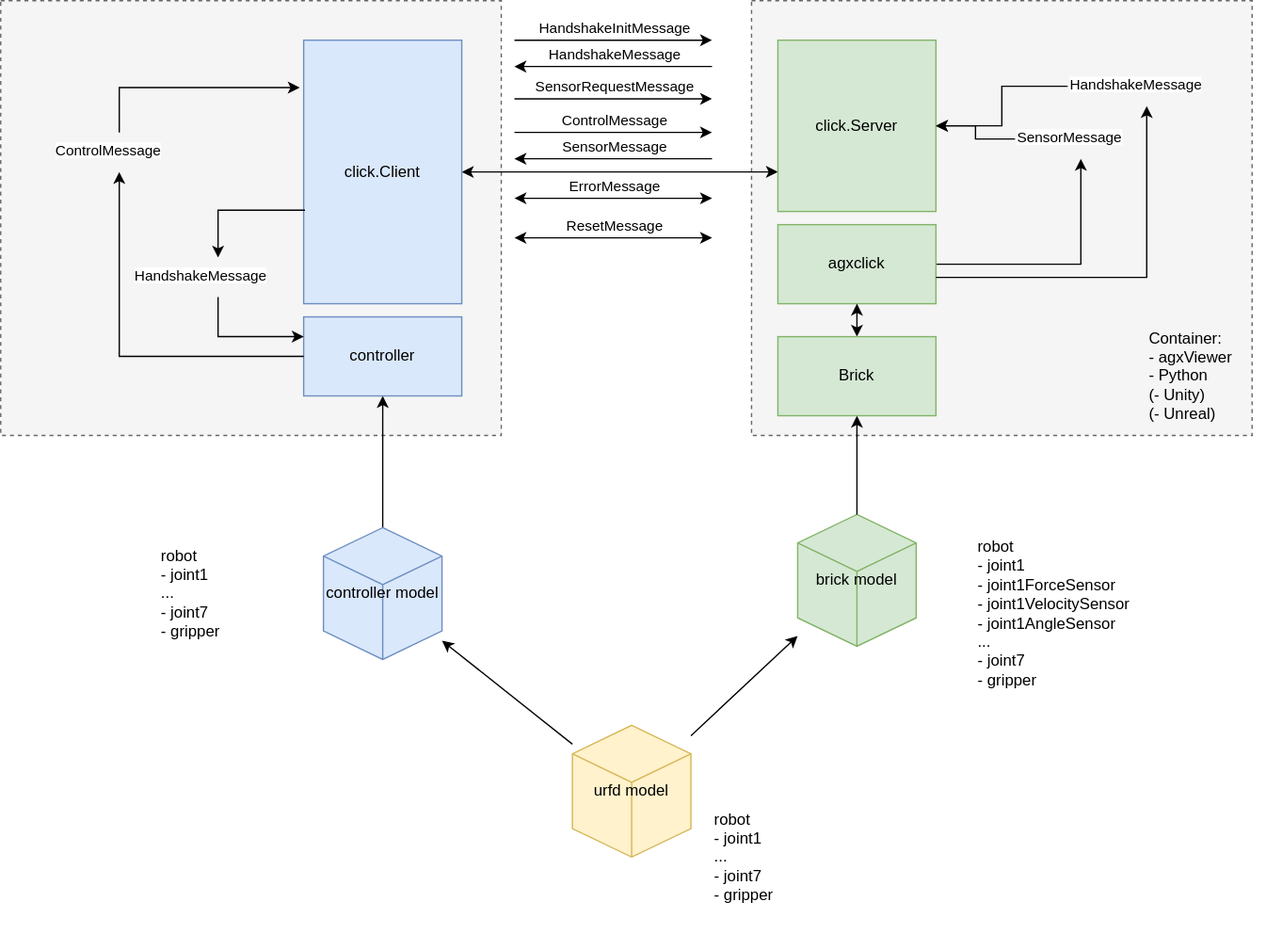
Algoryx/click-mirror keeps this draw.io diagram as doc/messaging.drawio.svg. Above is the earlier version. Source tidied: cells renumbered, new cells last; positions are measured from the earlier drawing's top-left corner, leaving out a move shared by most shapes.
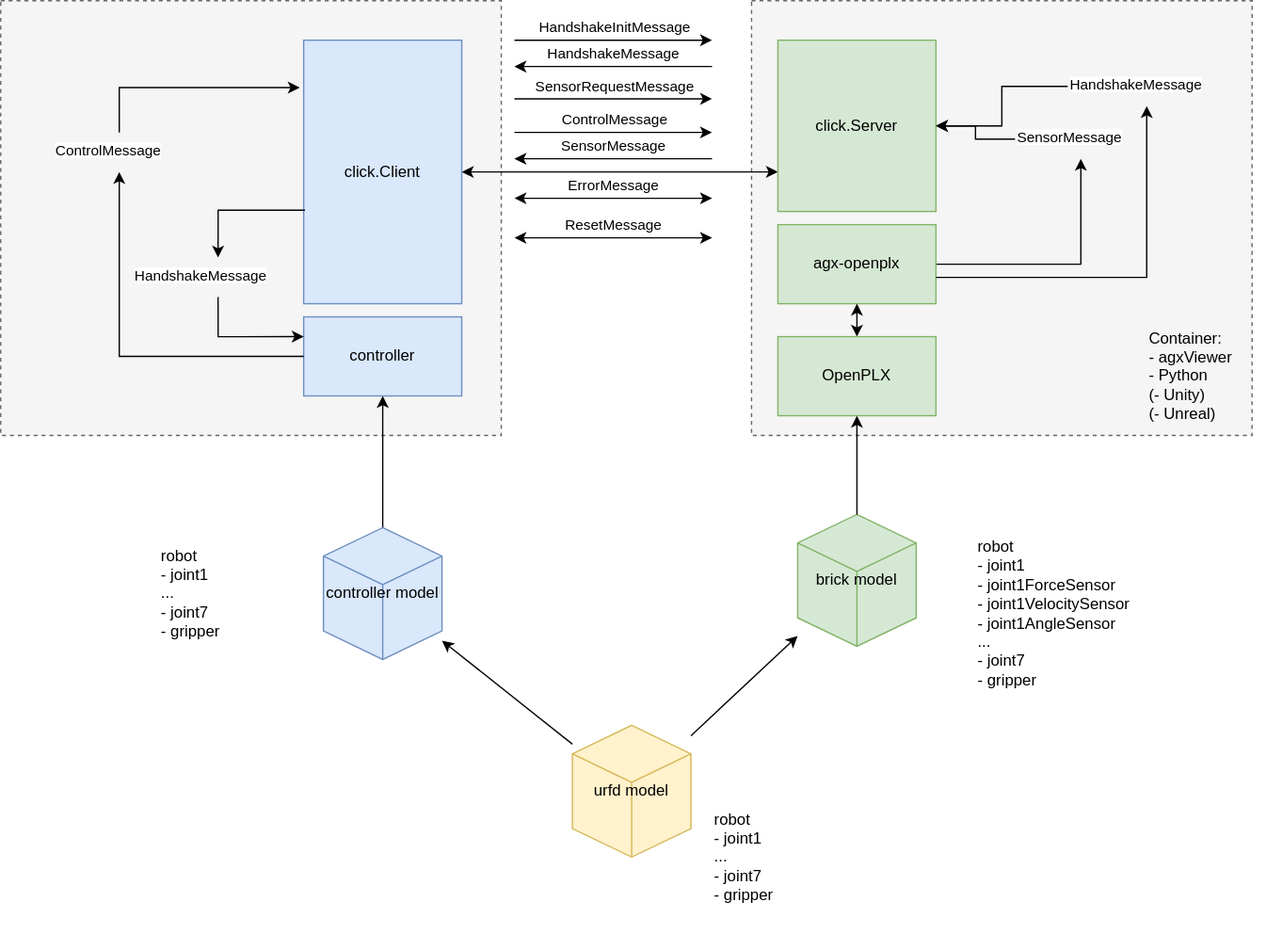
After the change.

Change to the diagram source:
```diff
@@ -38,7 +38,7 @@
     <mxCell id="13" style="edgeStyle=orthogonalEdgeStyle;html=1;startArrow=none;startFill=0;rounded=0;" parent="1" edge="1" source="14" target="34">
       <mxGeometry relative="1" as="geometry" />
     </mxCell>
-    <mxCell id="14" value="agxClick" style="rounded=0;whiteSpace=wrap;html=1;fillColor=#d5e8d4;strokeColor=#82b366;" parent="1" vertex="1">
+    <mxCell id="14" value="agx-openplx" style="rounded=0;whiteSpace=wrap;html=1;fillColor=#d5e8d4;strokeColor=#82b366;" parent="1" vertex="1">
       <mxGeometry x="590" y="170" width="120" height="60" as="geometry" />
     </mxCell>
     <mxCell id="15" value="controller" style="rounded=0;whiteSpace=wrap;html=1;fillColor=#dae8fc;strokeColor=#6c8ebf;" parent="1" vertex="1">
@@ -174,7 +174,7 @@
     <mxCell id="44" style="edgeStyle=none;html=1;exitX=0.5;exitY=0;exitDx=0;exitDy=0;entryX=0.5;entryY=1;entryDx=0;entryDy=0;startArrow=classic;startFill=1;" parent="1" edge="1" source="45" target="14">
       <mxGeometry relative="1" as="geometry" />
     </mxCell>
-    <mxCell id="45" value="Brick" style="rounded=0;whiteSpace=wrap;html=1;fillColor=#d5e8d4;strokeColor=#82b366;" parent="1" vertex="1">
+    <mxCell id="45" value="OpenPLX" style="rounded=0;whiteSpace=wrap;html=1;fillColor=#d5e8d4;strokeColor=#82b366;" parent="1" vertex="1">
       <mxGeometry x="590" y="255" width="120" height="60" as="geometry" />
     </mxCell>
     <mxCell id="46" style="edgeStyle=orthogonalEdgeStyle;rounded=0;html=1;exitX=0.5;exitY=1;exitDx=0;exitDy=0;entryX=0;entryY=0.25;entryDx=0;entryDy=0;startArrow=none;startFill=0;" parent="1" edge="1" source="47" target="15">
```
